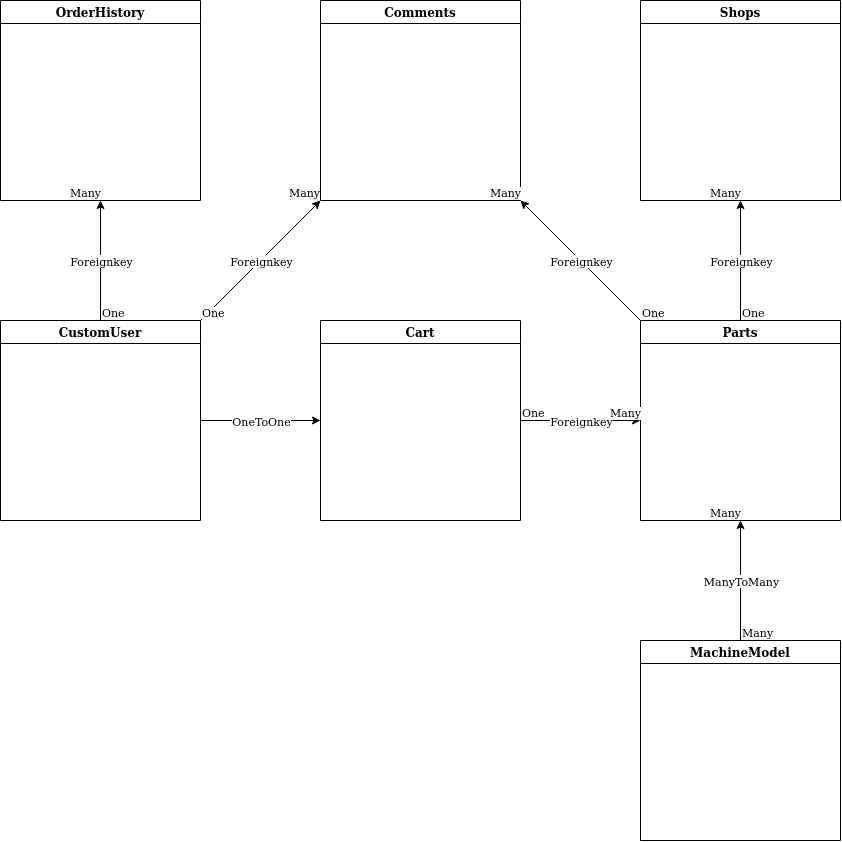
Above: docs/DataBaseGraph.drawio.png in OleksandrZhydyk/PartsOnlineStore (draw.io), before the change. Source tidied: cells renumbered, new cells last; positions are measured from the earlier drawing's top-left corner, leaving out a move shared by most shapes.
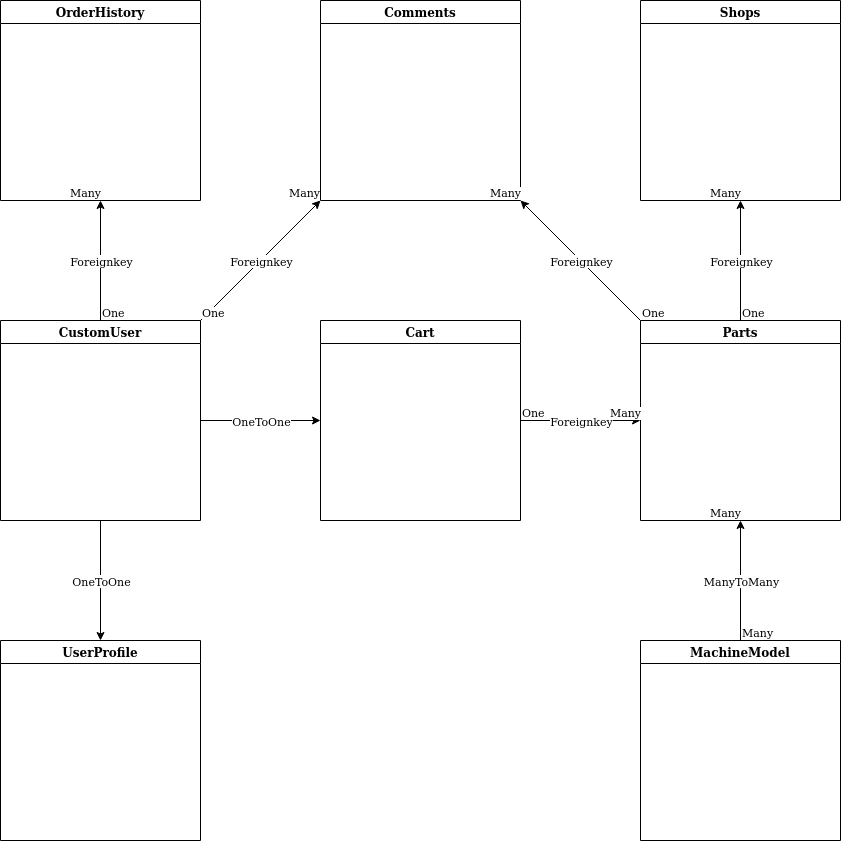
The same file after the commit.

What changed in the source:
```diff
@@ -101,5 +101,14 @@
     <mxCell id="34" value="Many" style="edgeLabel;html=1;align=right;verticalAlign=bottom;" parent="31" vertex="1">
       <mxGeometry x="1" relative="1" as="geometry" />
     </mxCell>
+    <mxCell id="35" value="UserProfile" style="swimlane;" parent="1" vertex="1">
+      <mxGeometry y="640" width="200" height="200" as="geometry" />
+    </mxCell>
+    <mxCell id="36" style="endArrow=classic;html=1;rounded=0;exitX=0.5;exitY=1;exitDx=0;exitDy=0;entryX=0.5;entryY=0;entryDx=0;entryDy=0;" parent="1" edge="1" source="2" target="35">
+      <mxGeometry relative="1" as="geometry" />
+    </mxCell>
+    <mxCell id="37" value="OneToOne" style="edgeLabel;html=1;align=center;verticalAlign=middle;" parent="36" vertex="1">
+      <mxGeometry relative="1" as="geometry" />
+    </mxCell>
   </root>
 </mxGraphModel>
```
